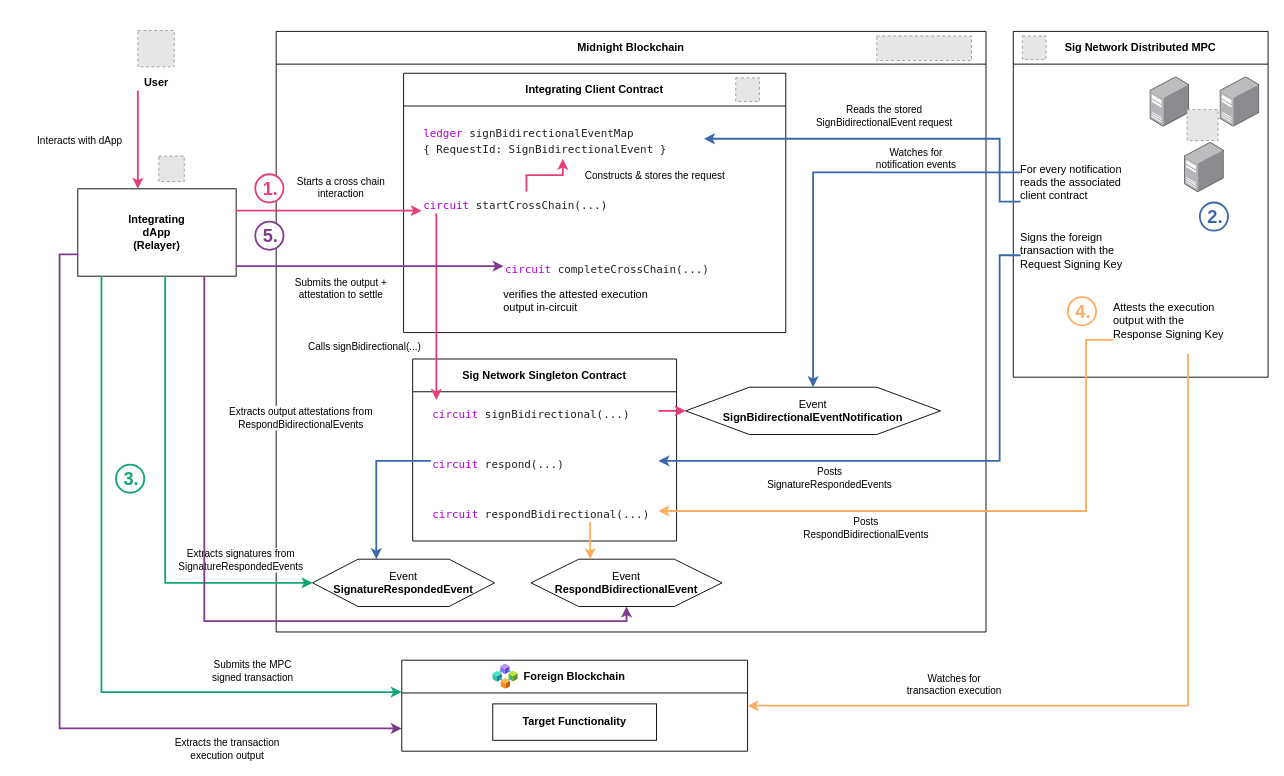
sig-net/midnight-examples keeps this draw.io diagram as docs/sign-bidirectional-flow.drawio. Above is the earlier version. Source tidied: cells renumbered, new cells numbered last; positions are measured from the earlier drawing's top-left corner, leaving out a move shared by most shapes. Both pictures are drawn from the tidied source at 91%, with x=0, y=0 at pixel (59, 30). Pictures stored in the file or linked from it are replaced by grey dashed boxes.
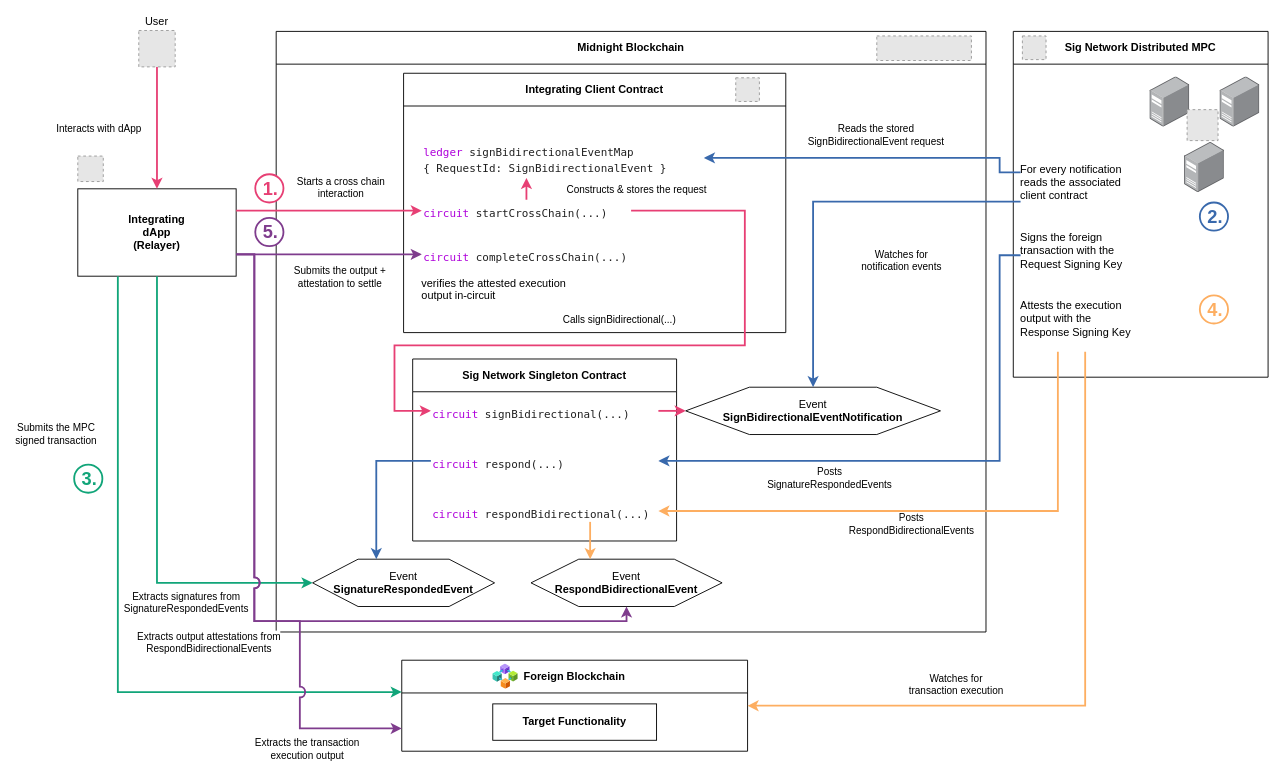
After the change.

Commit message (it also covers changes not shown here):
docs: composition, caption/anchor and step-cohesion diagram rules, A1 regrouped

Unchanged cells that the change refers to:
```xml
<mxCell id="5" value="Integrating&lt;br&gt;dApp&lt;br&gt;(Relayer)" style="rounded=0;whiteSpace=wrap;html=1;fontStyle=1;verticalAlign=middle;align=center;" parent="1" vertex="1">
  <mxGeometry x="20" y="174" width="174" height="96" as="geometry" />
</mxCell>
<mxCell id="8" value="Integrating Client Contract" style="swimlane;whiteSpace=wrap;html=1;startSize=36;" parent="6" vertex="1">
  <mxGeometry x="140" y="46" width="420" height="285" as="geometry" />
</mxCell>
<mxCell id="15" value="&lt;div style=&quot;font-family: Menlo, Monaco, &amp;#39;Courier New&amp;#39;, monospace; font-size: 12px; line-height: 18px; white-space: pre;&quot;&gt;&lt;span style=&quot;color: rgb(175, 0, 219);&quot;&gt;circuit&lt;/span&gt;&lt;span style=&quot;color: rgb(32, 32, 32);&quot;&gt; signBidirectional(...)&lt;/span&gt;&lt;/div&gt;" style="text;whiteSpace=wrap;html=1;dashed=1;" parent="14" vertex="1">
  <mxGeometry x="20" y="45" width="250" height="24" as="geometry" />
</mxCell>
<mxCell id="17" value="&lt;div style=&quot;font-family: Menlo, Monaco, &amp;#39;Courier New&amp;#39;, monospace; font-size: 12px; line-height: 18px; white-space: pre;&quot;&gt;&lt;span style=&quot;color: rgb(175, 0, 219);&quot;&gt;circuit&lt;/span&gt;&lt;span style=&quot;color: rgb(32, 32, 32);&quot;&gt; respondBidirectional(...)&lt;/span&gt;&lt;/div&gt;" style="text;whiteSpace=wrap;html=1;dashed=1;" parent="14" vertex="1">
  <mxGeometry x="20" y="155" width="250" height="24" as="geometry" />
</mxCell>
<mxCell id="18" value="Event&lt;br&gt;&lt;b&gt;SignBidirectionalEventNotification&lt;/b&gt;" style="shape=hexagon;perimeter=hexagonPerimeter2;whiteSpace=wrap;html=1;" parent="6" vertex="1">
  <mxGeometry x="450" y="391" width="280" height="52" as="geometry" />
</mxCell>
<mxCell id="19" value="Event&lt;br&gt;&lt;b&gt;SignatureRespondedEvent&lt;/b&gt;" style="shape=hexagon;perimeter=hexagonPerimeter2;whiteSpace=wrap;html=1;" parent="6" vertex="1">
  <mxGeometry x="40" y="580" width="200" height="52" as="geometry" />
</mxCell>
<mxCell id="20" value="Event&lt;br&gt;&lt;b&gt;RespondBidirectionalEvent&lt;/b&gt;" style="shape=hexagon;perimeter=hexagonPerimeter2;whiteSpace=wrap;html=1;" parent="6" vertex="1">
  <mxGeometry x="280" y="580" width="210" height="52" as="geometry" />
</mxCell>
<mxCell id="21" value="Sig Network Distributed MPC" style="swimlane;whiteSpace=wrap;html=1;startSize=36;" parent="1" vertex="1">
  <mxGeometry x="1048" y="1" width="280" height="380" as="geometry" />
</mxCell>
<mxCell id="28" value="For every notification&lt;br&gt;reads the associated&lt;br&gt;client contract" style="text;whiteSpace=wrap;html=1;horizontal=1;spacing=0;dashed=1;" parent="21" vertex="1">
  <mxGeometry x="8" y="140" width="160" height="62" as="geometry" />
</mxCell>
<mxCell id="31" value="Foreign Blockchain" style="swimlane;whiteSpace=wrap;html=1;startSize=36;" parent="1" vertex="1">
  <mxGeometry x="376" y="692" width="380" height="100" as="geometry" />
</mxCell>
```

Change to the diagram source:
```diff
@@
-    <mxCell id="2" style="fillColor=#E6E6E6;strokeColor=#999999;dashed=1;verticalLabelPosition=bottom;labelBackgroundColor=default;verticalAlign=top;" parent="1" vertex="1">
-      <mxGeometry x="86" width="40" height="40" as="geometry" />
+    <mxCell id="2" value="User" style="fillColor=#E6E6E6;strokeColor=#999999;dashed=1;verticalLabelPosition=top;labelBackgroundColor=default;verticalAlign=bottom;" parent="1" vertex="1">
+      <mxGeometry x="87" width="40" height="40" as="geometry" />
     </mxCell>
-    <mxCell id="3" value="User" style="text;html=1;fontStyle=1;align=center;" parent="1" vertex="1">
-      <mxGeometry x="66" y="44" width="80" height="22" as="geometry" />
-    </mxCell>
     <mxCell id="4" style="fillColor=#E6E6E6;strokeColor=#999999;dashed=1;verticalLabelPosition=bottom;labelBackgroundColor=default;verticalAlign=top;" parent="1" vertex="1">
-      <mxGeometry x="109" y="138" width="28" height="28" as="geometry" />
+      <mxGeometry x="20" y="138" width="28" height="28" as="geometry" />
     </mxCell>
@@
     <mxCell id="10" value="&lt;div style=&quot;font-family: Menlo, Monaco, &amp;#39;Courier New&amp;#39;, monospace; font-size: 12px; line-height: 18px; white-space: pre;&quot;&gt;&lt;span style=&quot;color: rgb(175, 0, 219);&quot;&gt;ledger&lt;/span&gt;&lt;span style=&quot;color: rgb(32, 32, 32);&quot;&gt; signBidirectionalEventMap&lt;/span&gt;&lt;/div&gt;&lt;div style=&quot;font-family: Menlo, Monaco, &amp;#39;Courier New&amp;#39;, monospace; font-size: 12px; line-height: 18px; white-space: pre;&quot;&gt;&lt;span style=&quot;color: rgb(32, 32, 32);&quot;&gt;{ RequestId: SignBidirectionalEvent }&lt;/span&gt;&lt;/div&gt;" style="text;whiteSpace=wrap;html=1;dashed=1;" parent="8" vertex="1">
-      <mxGeometry x="20" y="50" width="310" height="44" as="geometry" />
+      <mxGeometry x="20" y="71" width="310" height="44" as="geometry" />
     </mxCell>
     <mxCell id="11" value="&lt;div style=&quot;font-family: Menlo, Monaco, &amp;#39;Courier New&amp;#39;, monospace; font-size: 12px; line-height: 18px; white-space: pre;&quot;&gt;&lt;span style=&quot;color: rgb(175, 0, 219);&quot;&gt;circuit&lt;/span&gt;&lt;span style=&quot;color: rgb(32, 32, 32);&quot;&gt; startCrossChain(...)&lt;/span&gt;&lt;/div&gt;" style="text;whiteSpace=wrap;html=1;dashed=1;" parent="8" vertex="1">
-      <mxGeometry x="20" y="130" width="230" height="24" as="geometry" />
+      <mxGeometry x="20" y="139" width="230" height="24" as="geometry" />
     </mxCell>
     <mxCell id="12" value="&lt;div style=&quot;font-family: Menlo, Monaco, &amp;#39;Courier New&amp;#39;, monospace; font-size: 12px; line-height: 18px; white-space: pre;&quot;&gt;&lt;span style=&quot;color: rgb(175, 0, 219);&quot;&gt;circuit&lt;/span&gt;&lt;span style=&quot;color: rgb(32, 32, 32);&quot;&gt; completeCrossChain(...)&lt;/span&gt;&lt;/div&gt;" style="text;whiteSpace=wrap;html=1;dashed=1;" parent="8" vertex="1">
-      <mxGeometry x="110" y="200" width="300" height="24" as="geometry" />
+      <mxGeometry x="20" y="187" width="300" height="24" as="geometry" />
     </mxCell>
     <mxCell id="13" value="verifies the attested execution&lt;br&gt;output in-circuit" style="text;whiteSpace=wrap;html=1;horizontal=1;spacing=0;dashed=1;" parent="8" vertex="1">
-      <mxGeometry x="110" y="232" width="300" height="34" as="geometry" />
+      <mxGeometry x="20" y="219" width="300" height="34" as="geometry" />
     </mxCell>
@@
     <mxCell id="30" value="Attests the execution&lt;br&gt;output with the&lt;br&gt;Response Signing Key" style="text;whiteSpace=wrap;html=1;horizontal=1;spacing=0;dashed=1;" parent="21" vertex="1">
-      <mxGeometry x="110" y="292" width="165" height="62" as="geometry" />
+      <mxGeometry x="8" y="290" width="165" height="62" as="geometry" />
     </mxCell>
@@
     <mxCell id="36" value="3." style="ellipse;whiteSpace=wrap;html=1;fontStyle=1;fontSize=20;spacing=0;spacingTop=-2;spacingLeft=3;fontColor=#11A579;strokeWidth=2;strokeColor=#11A579;" parent="1" vertex="1">
-      <mxGeometry x="62" y="477" width="31" height="31" as="geometry" />
+      <mxGeometry x="16" y="477" width="31" height="31" as="geometry" />
     </mxCell>
     <mxCell id="37" value="4." style="ellipse;whiteSpace=wrap;html=1;fontStyle=1;fontSize=20;spacing=0;spacingTop=-2;spacingLeft=3;fontColor=#FDAE61;strokeWidth=2;strokeColor=#FDAE61;" parent="21" vertex="1">
-      <mxGeometry x="60" y="292" width="31" height="31" as="geometry" />
+      <mxGeometry x="205" y="290" width="31" height="31" as="geometry" />
     </mxCell>
     <mxCell id="38" value="5." style="ellipse;whiteSpace=wrap;html=1;fontStyle=1;fontSize=20;spacing=0;spacingTop=-2;spacingLeft=3;fontColor=#7F3C8D;strokeWidth=2;strokeColor=#7F3C8D;" parent="1" vertex="1">
-      <mxGeometry x="215" y="210" width="31" height="31" as="geometry" />
+      <mxGeometry x="215" y="206" width="31" height="31" as="geometry" />
     </mxCell>
-    <mxCell id="39" style="edgeStyle=orthogonalEdgeStyle;html=1;rounded=0;strokeWidth=2;strokeColor=#E73F74;exitX=0.25;exitY=1;exitDx=0;exitDy=0;entryX=0;entryY=0;entryDx=66;entryDy=0;" parent="1" edge="1" source="3" target="5">
+    <mxCell id="39" style="edgeStyle=orthogonalEdgeStyle;html=1;rounded=0;strokeWidth=2;strokeColor=#E73F74;exitX=0.5;exitY=1;exitDx=0;exitDy=0;entryX=0.5;entryY=0;entryDx=0;entryDy=0;" parent="1" edge="1" source="2" target="5">
       <mxGeometry relative="1" as="geometry" />
     </mxCell>
@@
-    <mxCell id="41" style="edgeStyle=orthogonalEdgeStyle;html=1;rounded=0;strokeWidth=2;strokeColor=#E73F74;exitX=1;exitY=0.25;exitDx=0;exitDy=0;entryX=0;entryY=0.875;entryDx=0;entryDy=0;" parent="1" edge="1" source="5" target="11">
+    <mxCell id="41" style="edgeStyle=orthogonalEdgeStyle;html=1;rounded=0;strokeWidth=2;strokeColor=#E73F74;exitX=1;exitY=0.25;exitDx=0;exitDy=0;entryX=0;entryY=0.5;entryDx=0;entryDy=0;" parent="1" edge="1" source="5" target="11">
       <mxGeometry relative="1" as="geometry" />
     </mxCell>
@@
-    <mxCell id="43" style="edgeStyle=orthogonalEdgeStyle;html=1;rounded=0;strokeWidth=2;strokeColor=#E73F74;exitX=0.5;exitY=0;exitDx=0;exitDy=0;entryX=0.5;entryY=1;entryDx=0;entryDy=0;" parent="1" edge="1" source="11" target="10">
-      <mxGeometry relative="1" as="geometry">
-        <Array as="points">
-          <mxPoint x="513" y="159" />
-          <mxPoint x="553" y="159" />
-        </Array>
-      </mxGeometry>
+    <mxCell id="43" style="edgeStyle=orthogonalEdgeStyle;html=1;rounded=0;strokeWidth=2;strokeColor=#E73F74;exitX=0.5;exitY=0;exitDx=0;exitDy=0;entryX=0;entryY=1;entryDx=115;entryDy=0;" parent="1" edge="1" source="11" target="10">
+      <mxGeometry relative="1" as="geometry" />
     </mxCell>
@@
-    <mxCell id="45" style="edgeStyle=orthogonalEdgeStyle;html=1;rounded=0;strokeWidth=2;strokeColor=#E73F74;exitX=0;exitY=1;exitDx=16;exitDy=0;entryX=0;entryY=0;entryDx=6;entryDy=0;" parent="1" edge="1" source="11" target="15">
-      <mxGeometry relative="1" as="geometry" />
+    <mxCell id="45" style="edgeStyle=orthogonalEdgeStyle;html=1;rounded=0;strokeWidth=2;strokeColor=#E73F74;exitX=1;exitY=0.5;exitDx=0;exitDy=0;entryX=0;entryY=0.5;entryDx=0;entryDy=0;" parent="1" edge="1" source="11" target="15">
+      <mxGeometry relative="1" as="geometry">
+        <Array as="points">
+          <mxPoint x="753" y="198" />
+          <mxPoint x="753" y="346" />
+          <mxPoint x="368" y="346" />
+          <mxPoint x="368" y="418" />
+        </Array>
+      </mxGeometry>
     </mxCell>
     <mxCell id="46" value="Calls signBidirectional(...)" style="edgeLabel;html=1;align=center;verticalAlign=middle;" parent="45" vertex="1">
       <mxGeometry relative="1" as="geometry">
-        <mxPoint x="-80" y="43" as="offset" />
+        <mxPoint x="-27" y="-29" as="offset" />
       </mxGeometry>
     </mxCell>
@@
-    <mxCell id="48" style="edgeStyle=orthogonalEdgeStyle;html=1;rounded=0;strokeWidth=2;strokeColor=#3969AC;exitX=0;exitY=0;exitDx=0;exitDy=15;entryX=0.5;entryY=0;entryDx=0;entryDy=0;" parent="1" edge="1" source="28" target="18">
+    <mxCell id="48" style="edgeStyle=orthogonalEdgeStyle;html=1;rounded=0;strokeWidth=2;strokeColor=#3969AC;exitX=0;exitY=1;exitDx=0;exitDy=-15;entryX=0.5;entryY=0;entryDx=0;entryDy=0;" parent="1" edge="1" source="28" target="18">
       <mxGeometry relative="1" as="geometry">
         <Array as="points">
-          <mxPoint x="828" y="156" />
+          <mxPoint x="828" y="188" />
         </Array>
       </mxGeometry>
     </mxCell>
     <mxCell id="49" value="Watches for&lt;br&gt;notification events" style="edgeLabel;html=1;align=center;verticalAlign=middle;" parent="48" vertex="1">
-      <mxGeometry x="-0.5" relative="1" as="geometry">
-        <mxPoint y="-16" as="offset" />
+      <mxGeometry x="0.35" relative="1" as="geometry">
+        <mxPoint x="96" as="offset" />
       </mxGeometry>
     </mxCell>
-    <mxCell id="50" style="edgeStyle=orthogonalEdgeStyle;html=1;rounded=0;strokeWidth=2;strokeColor=#3969AC;exitX=0;exitY=1;exitDx=0;exitDy=-15;entryX=1;entryY=0.5;entryDx=0;entryDy=0;" parent="1" edge="1" source="28" target="10">
+    <mxCell id="50" style="edgeStyle=orthogonalEdgeStyle;html=1;rounded=0;strokeWidth=2;strokeColor=#3969AC;exitX=0;exitY=0;exitDx=0;exitDy=15;entryX=1;entryY=0.5;entryDx=0;entryDy=0;" parent="1" edge="1" source="28" target="10">
       <mxGeometry relative="1" as="geometry">
         <Array as="points">
-          <mxPoint x="1033" y="188" />
-          <mxPoint x="1033" y="119" />
+          <mxPoint x="1033" y="156" />
+          <mxPoint x="1033" y="140" />
         </Array>
       </mxGeometry>
     </mxCell>
     <mxCell id="51" value="Reads the stored&lt;br&gt;SignBidirectionalEvent request" style="edgeLabel;html=1;align=center;verticalAlign=middle;" parent="50" vertex="1">
-      <mxGeometry x="0.2" relative="1" as="geometry">
+      <mxGeometry x="0.13" relative="1" as="geometry">
         <mxPoint x="30" y="-26" as="offset" />
       </mxGeometry>
     </mxCell>
@@
-    <mxCell id="55" style="edgeStyle=orthogonalEdgeStyle;html=1;rounded=0;strokeWidth=2;strokeColor=#11A579;exitX=0;exitY=1;exitDx=96;exitDy=0;entryX=0;entryY=0.5;entryDx=0;entryDy=0;" parent="1" edge="1" source="5" target="19">
+    <mxCell id="55" style="edgeStyle=orthogonalEdgeStyle;html=1;rounded=0;strokeWidth=2;strokeColor=#11A579;exitX=0;exitY=1;exitDx=87;exitDy=0;entryX=0;entryY=0.5;entryDx=0;entryDy=0;" parent="1" edge="1" source="5" target="19">
       <mxGeometry relative="1" as="geometry">
         <Array as="points">
-          <mxPoint x="116" y="607" />
+          <mxPoint x="107" y="607" />
         </Array>
       </mxGeometry>
     </mxCell>
     <mxCell id="56" value="Extracts signatures from&lt;br&gt;SignatureRespondedEvents" style="edgeLabel;html=1;align=center;verticalAlign=middle;" parent="55" vertex="1">
-      <mxGeometry x="0.68" relative="1" as="geometry">
-        <mxPoint y="-26" as="offset" />
+      <mxGeometry x="0.45" relative="1" as="geometry">
+        <mxPoint y="21" as="offset" />
       </mxGeometry>
     </mxCell>
-    <mxCell id="57" style="edgeStyle=orthogonalEdgeStyle;html=1;rounded=0;strokeWidth=2;strokeColor=#11A579;exitX=0;exitY=1;exitDx=26;exitDy=0;entryX=0;entryY=0.35;entryDx=0;entryDy=0;" parent="1" edge="1" source="5" target="31">
+    <mxCell id="57" style="edgeStyle=orthogonalEdgeStyle;html=1;rounded=0;strokeWidth=2;strokeColor=#11A579;exitX=0;exitY=1;exitDx=44;exitDy=0;entryX=0;entryY=0.35;entryDx=0;entryDy=0;" parent="1" edge="1" source="5" target="31">
       <mxGeometry relative="1" as="geometry">
         <Array as="points">
-          <mxPoint x="46" y="727" />
+          <mxPoint x="64" y="727" />
         </Array>
       </mxGeometry>
     </mxCell>
     <mxCell id="58" value="Submits the MPC&lt;br&gt;signed transaction" style="edgeLabel;html=1;align=center;verticalAlign=middle;" parent="57" vertex="1">
-      <mxGeometry x="0.58" relative="1" as="geometry">
-        <mxPoint y="-24" as="offset" />
+      <mxGeometry x="-0.55" relative="1" as="geometry">
+        <mxPoint x="-68" as="offset" />
       </mxGeometry>
     </mxCell>
-    <mxCell id="59" style="edgeStyle=orthogonalEdgeStyle;html=1;rounded=0;strokeWidth=2;strokeColor=#FDAE61;exitX=0;exitY=1;exitDx=82;exitDy=0;entryX=1;entryY=0.5;entryDx=0;entryDy=0;" parent="1" edge="1" source="30" target="31">
+    <mxCell id="59" style="edgeStyle=orthogonalEdgeStyle;html=1;rounded=0;strokeWidth=2;strokeColor=#FDAE61;exitX=0;exitY=1;exitDx=71;exitDy=0;entryX=1;entryY=0.5;entryDx=0;entryDy=0;" parent="1" edge="1" source="30" target="31">
       <mxGeometry relative="1" as="geometry">
         <Array as="points">
-          <mxPoint x="1240" y="742" />
+          <mxPoint x="1127" y="742" />
         </Array>
       </mxGeometry>
     </mxCell>
     <mxCell id="60" value="Watches for&lt;br&gt;transaction execution" style="edgeLabel;html=1;align=center;verticalAlign=middle;" parent="59" vertex="1">
-      <mxGeometry x="0.48" relative="1" as="geometry">
+      <mxGeometry x="0.4" relative="1" as="geometry">
         <mxPoint y="-24" as="offset" />
       </mxGeometry>
     </mxCell>
-    <mxCell id="61" style="edgeStyle=orthogonalEdgeStyle;html=1;rounded=0;strokeWidth=2;strokeColor=#FDAE61;exitX=0;exitY=1;exitDx=0;exitDy=-15;entryX=1;entryY=0.5;entryDx=0;entryDy=0;" parent="1" edge="1" source="30" target="17">
+    <mxCell id="61" style="edgeStyle=orthogonalEdgeStyle;html=1;rounded=0;strokeWidth=2;strokeColor=#FDAE61;exitX=0;exitY=1;exitDx=41;exitDy=0;entryX=1;entryY=0.5;entryDx=0;entryDy=0;" parent="1" edge="1" source="30" target="17">
       <mxGeometry relative="1" as="geometry">
         <Array as="points">
-          <mxPoint x="1128" y="340" />
-          <mxPoint x="1128" y="528" />
+          <mxPoint x="1097" y="528" />
         </Array>
       </mxGeometry>
     </mxCell>
     <mxCell id="62" value="Posts&lt;br&gt;RespondBidirectionalEvents" style="edgeLabel;html=1;align=center;verticalAlign=middle;" parent="61" vertex="1">
-      <mxGeometry x="0.34" relative="1" as="geometry">
-        <mxPoint y="18" as="offset" />
+      <mxGeometry relative="1" as="geometry">
+        <mxPoint x="-30" y="14" as="offset" />
       </mxGeometry>
     </mxCell>
@@
-    <mxCell id="64" style="edgeStyle=orthogonalEdgeStyle;html=1;rounded=0;strokeWidth=2;strokeColor=#7F3C8D;exitX=0;exitY=1;exitDx=139;exitDy=0;entryX=0.5;entryY=1;entryDx=0;entryDy=0;" parent="1" edge="1" source="5" target="20">
+    <mxCell id="64" style="edgeStyle=orthogonalEdgeStyle;html=1;rounded=0;strokeWidth=2;strokeColor=#7F3C8D;jumpStyle=arc;jumpSize=10;exitX=1;exitY=0.75;exitDx=0;exitDy=0;entryX=0.5;entryY=1;entryDx=0;entryDy=0;" parent="1" edge="1" source="5" target="20">
       <mxGeometry relative="1" as="geometry">
         <Array as="points">
-          <mxPoint x="159" y="649" />
+          <mxPoint x="214" y="246" />
+          <mxPoint x="214" y="649" />
           <mxPoint x="623" y="649" />
         </Array>
       </mxGeometry>
     </mxCell>
     <mxCell id="65" value="Extracts output attestations from&lt;br&gt;RespondBidirectionalEvents" style="edgeLabel;html=1;align=center;verticalAlign=middle;" parent="64" vertex="1">
-      <mxGeometry x="-0.64" relative="1" as="geometry">
-        <mxPoint x="105" as="offset" />
+      <mxGeometry relative="1" as="geometry">
+        <mxPoint x="-52" y="23" as="offset" />
       </mxGeometry>
     </mxCell>
-    <mxCell id="66" style="edgeStyle=orthogonalEdgeStyle;html=1;rounded=0;strokeWidth=2;strokeColor=#7F3C8D;exitX=0;exitY=0.75;exitDx=0;exitDy=0;entryX=0;entryY=0.75;entryDx=0;entryDy=0;" parent="1" edge="1" source="5" target="31">
+    <mxCell id="66" style="edgeStyle=orthogonalEdgeStyle;html=1;rounded=0;strokeWidth=2;strokeColor=#7F3C8D;jumpStyle=arc;jumpSize=10;exitX=1;exitY=0.75;exitDx=0;exitDy=0;entryX=0;entryY=0.75;entryDx=0;entryDy=0;" parent="1" edge="1" source="5" target="31">
       <mxGeometry relative="1" as="geometry">
         <Array as="points">
-          <mxPoint y="246" />
-          <mxPoint y="767" />
+          <mxPoint x="214" y="246" />
+          <mxPoint x="214" y="649" />
+          <mxPoint x="264" y="649" />
+          <mxPoint x="264" y="767" />
         </Array>
       </mxGeometry>
     </mxCell>
     <mxCell id="67" value="Extracts the transaction&lt;br&gt;execution output" style="edgeLabel;html=1;align=center;verticalAlign=middle;" parent="66" vertex="1">
-      <mxGeometry x="0.58" relative="1" as="geometry">
+      <mxGeometry x="0.7" relative="1" as="geometry">
         <mxPoint y="22" as="offset" />
       </mxGeometry>
     </mxCell>
-    <mxCell id="68" style="edgeStyle=orthogonalEdgeStyle;html=1;rounded=0;strokeWidth=2;strokeColor=#7F3C8D;exitX=1;exitY=0;exitDx=0;exitDy=85;entryX=0;entryY=0.5;entryDx=0;entryDy=0;" parent="1" edge="1" source="5" target="12">
+    <mxCell id="68" style="edgeStyle=orthogonalEdgeStyle;html=1;rounded=0;strokeWidth=2;strokeColor=#7F3C8D;exitX=1;exitY=0.75;exitDx=0;exitDy=0;entryX=0;entryY=0.5;entryDx=0;entryDy=0;" parent="1" edge="1" source="5" target="12">
       <mxGeometry relative="1" as="geometry" />
     </mxCell>
     <mxCell id="69" value="Submits the output +&lt;br&gt;attestation to settle" style="edgeLabel;html=1;align=center;verticalAlign=middle;" parent="68" vertex="1">
       <mxGeometry x="-0.5" relative="1" as="geometry">
-        <mxPoint x="40" y="24" as="offset" />
+        <mxPoint x="62" y="24" as="offset" />
       </mxGeometry>
     </mxCell>
```
